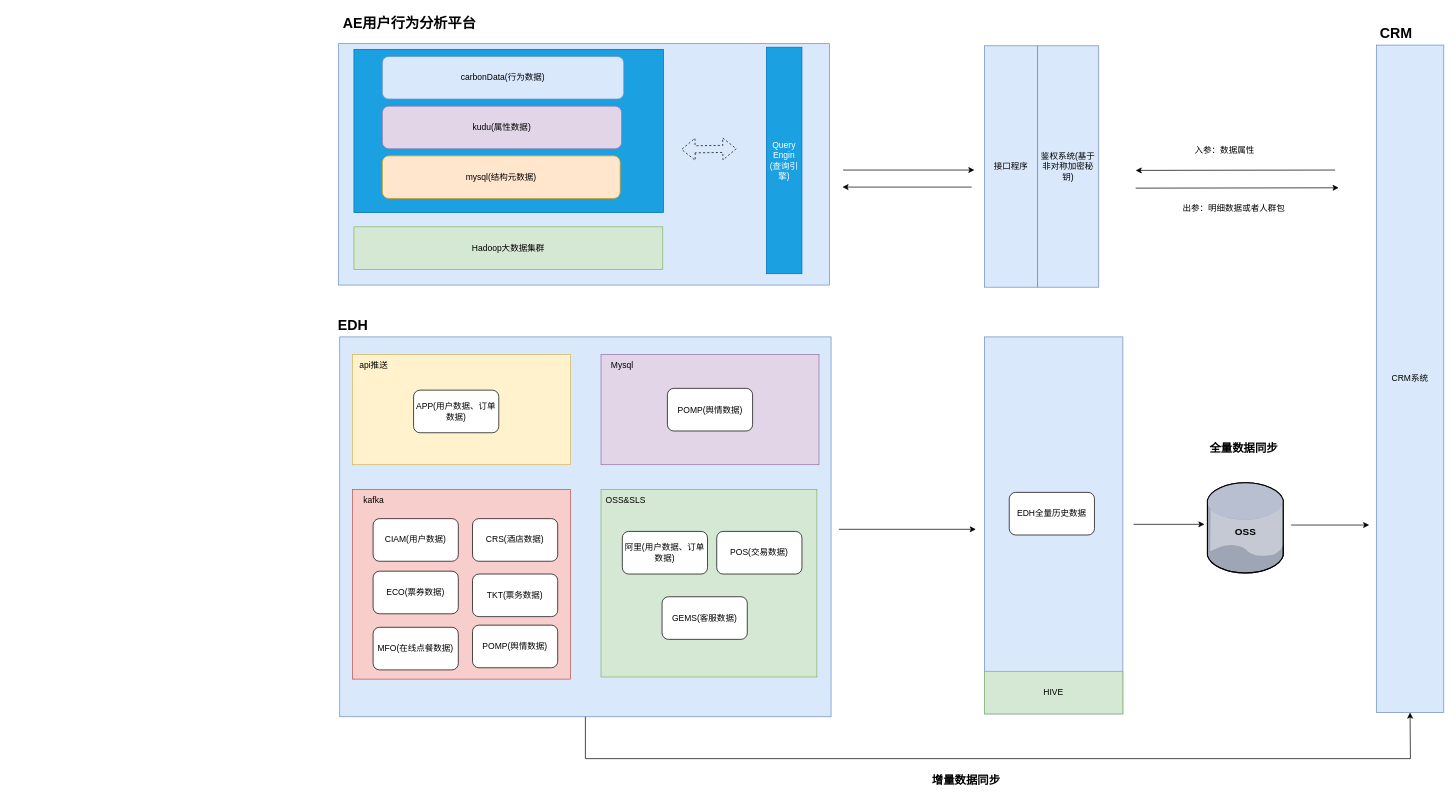
Earlier version of the draw.io diagram UBR_CRM对接架构图.drawio (DThadch/draw). Source tidied: cells renumbered, new cells numbered last; positions are measured from the earlier drawing's top-left corner, leaving out a move shared by most shapes. Both pictures are drawn from the tidied source at 71%, with x=0, y=0 at pixel (332, 12).
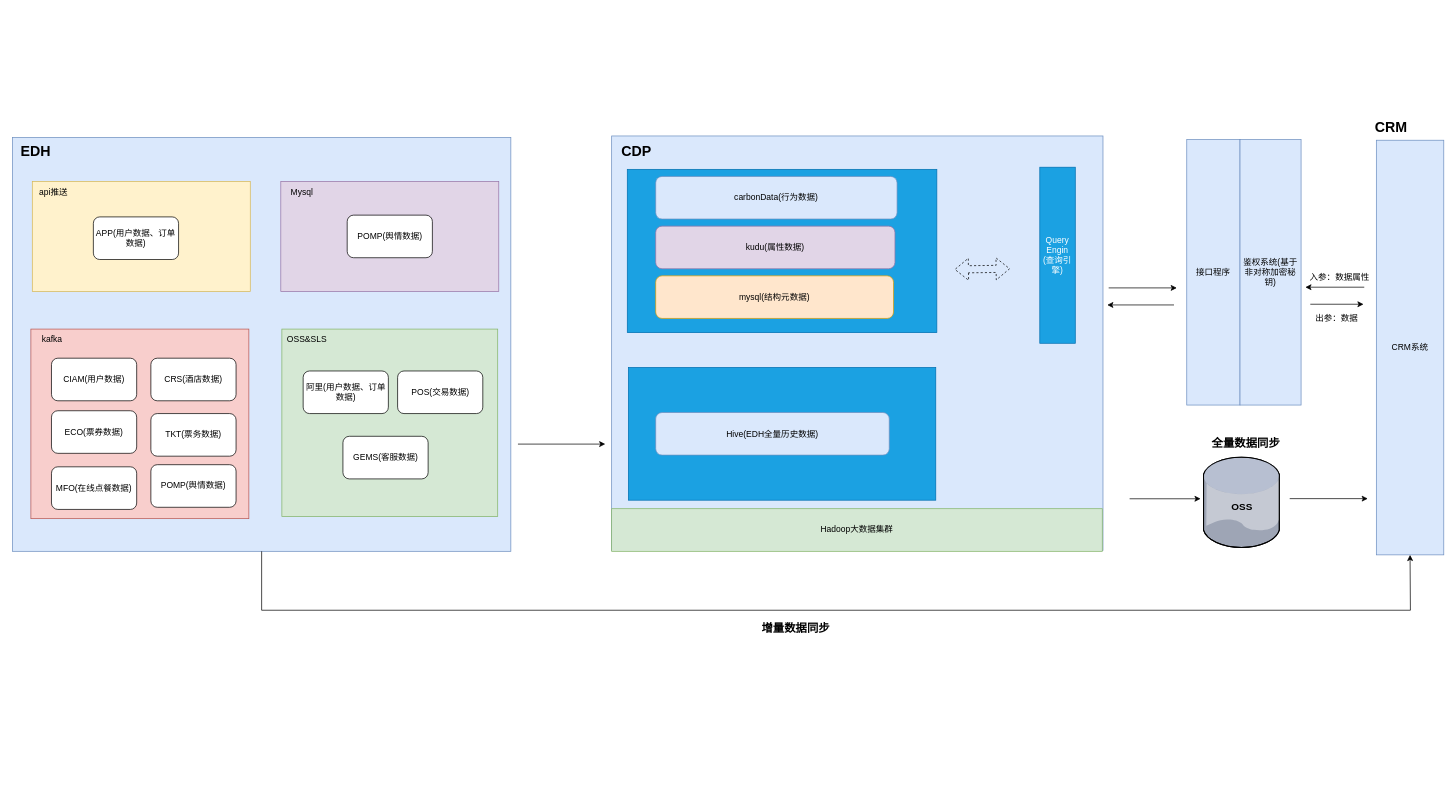
The same diagram, later.

Commit message:
更新UBR_CRM对接架构图.drawio

Diff of the diagram source:
```diff
@@
     <mxCell id="2" style="verticalLabelPosition=bottom;sketch=0;html=1;verticalAlign=top;strokeColor=none;align=center;shape=mxgraph.citrix.database;" parent="1" vertex="1">
-      <mxGeometry x="1233" y="662.5" width="108" height="127" as="geometry" />
+      <mxGeometry x="1227.5" y="626.5" width="108" height="127" as="geometry" />
     </mxCell>
     <mxCell id="3" style="rounded=0;whiteSpace=wrap;html=1;fillColor=#dae8fc;strokeColor=#6c8ebf;" parent="1" vertex="1">
-      <mxGeometry x="11" y="457" width="692" height="535" as="geometry" />
+      <mxGeometry x="-450" y="176" width="702" height="583" as="geometry" />
     </mxCell>
     <mxCell id="4" style="rounded=0;whiteSpace=wrap;html=1;fillColor=#e1d5e7;strokeColor=#9673a6;" parent="1" vertex="1">
-      <mxGeometry x="379" y="482" width="307" height="155" as="geometry" />
+      <mxGeometry x="-72" y="238" width="307" height="155" as="geometry" />
     </mxCell>
     <mxCell id="5" style="rounded=0;whiteSpace=wrap;html=1;fillColor=#d5e8d4;strokeColor=#82b366;" parent="1" vertex="1">
-      <mxGeometry x="379" y="672" width="304" height="264" as="geometry" />
+      <mxGeometry x="-70.5" y="446" width="304" height="264" as="geometry" />
     </mxCell>
     <mxCell id="6" style="rounded=0;whiteSpace=wrap;html=1;fillColor=#f8cecc;strokeColor=#b85450;" parent="1" vertex="1">
-      <mxGeometry x="29" y="672" width="307" height="267" as="geometry" />
+      <mxGeometry x="-424" y="446" width="307" height="267" as="geometry" />
     </mxCell>
     <mxCell id="7" style="rounded=0;whiteSpace=wrap;html=1;fillColor=#dae8fc;strokeColor=#6c8ebf;" parent="1" vertex="1">
-      <mxGeometry x="9" y="44" width="692" height="340" as="geometry" />
+      <mxGeometry x="394" y="174" width="692" height="584" as="geometry" />
     </mxCell>
     <mxCell id="8" style="rounded=0;whiteSpace=wrap;html=1;fillColor=#1ba1e2;fontColor=#ffffff;strokeColor=#006EAF;" parent="1" vertex="1">
-      <mxGeometry x="31" y="52" width="436" height="230" as="geometry" />
+      <mxGeometry x="416" y="221" width="436" height="230" as="geometry" />
     </mxCell>
     <mxCell id="9" value="carbonData(行为数据)" style="rounded=1;whiteSpace=wrap;html=1;fillColor=#dae8fc;strokeColor=#6c8ebf;" parent="1" vertex="1">
-      <mxGeometry x="71" y="62" width="340" height="60" as="geometry" />
+      <mxGeometry x="456" y="231" width="340" height="60" as="geometry" />
     </mxCell>
     <mxCell id="10" value="kudu(属性数据)" style="rounded=1;whiteSpace=wrap;html=1;fillColor=#e1d5e7;strokeColor=#9673a6;" parent="1" vertex="1">
-      <mxGeometry x="71" y="132" width="337" height="60" as="geometry" />
+      <mxGeometry x="456" y="301" width="337" height="60" as="geometry" />
     </mxCell>
     <mxCell id="11" value="mysql(结构元数据)" style="rounded=1;whiteSpace=wrap;html=1;fillColor=#ffe6cc;strokeColor=#d79b00;" parent="1" vertex="1">
-      <mxGeometry x="71" y="202" width="335" height="60" as="geometry" />
+      <mxGeometry x="456" y="371" width="335" height="60" as="geometry" />
     </mxCell>
     <mxCell id="12" value="Query&lt;div&gt;Engin&lt;/div&gt;&lt;div&gt;(查询引擎)&lt;/div&gt;" style="rounded=0;whiteSpace=wrap;html=1;fillColor=#1ba1e2;fontColor=#ffffff;strokeColor=#006EAF;" parent="1" vertex="1">
-      <mxGeometry x="612" y="49" width="50" height="319" as="geometry" />
+      <mxGeometry x="997" y="218" width="50" height="248" as="geometry" />
     </mxCell>
     <mxCell id="13" value="接口程序" style="rounded=0;whiteSpace=wrap;html=1;fillColor=#dae8fc;strokeColor=#6c8ebf;" parent="1" vertex="1">
-      <mxGeometry x="919" y="47" width="75" height="340" as="geometry" />
+      <mxGeometry x="1204" y="179" width="75" height="374" as="geometry" />
     </mxCell>
     <mxCell id="14" value="CRM系统" style="rounded=0;whiteSpace=wrap;html=1;fillColor=#dae8fc;strokeColor=#6c8ebf;" parent="1" vertex="1">
-      <mxGeometry x="1471" y="46" width="95" height="940" as="geometry" />
+      <mxGeometry x="1471" y="180" width="95" height="584" as="geometry" />
     </mxCell>
-    <mxCell id="15" value="&lt;font style=&quot;font-size: 20px;&quot;&gt;AE用户行为分析平台&lt;/font&gt;" style="text;html=1;align=center;verticalAlign=middle;whiteSpace=wrap;rounded=0;fontSize=14;fontStyle=1;" parent="1" vertex="1">
-      <mxGeometry width="219" height="30" as="geometry" />
-    </mxCell>
     <mxCell id="16" value="入参：数据属性" style="text;html=1;align=center;verticalAlign=middle;whiteSpace=wrap;rounded=0;" parent="1" vertex="1">
-      <mxGeometry x="1165" y="174" width="185" height="40" as="geometry" />
+      <mxGeometry x="1334" y="354" width="171" height="40" as="geometry" />
     </mxCell>
-    <mxCell id="17" value="出参：明细数据或者人群包" style="text;html=1;align=center;verticalAlign=middle;whiteSpace=wrap;rounded=0;" parent="1" vertex="1">
-      <mxGeometry x="1165" y="256" width="211" height="40" as="geometry" />
+    <mxCell id="17" value="出参：数据" style="text;html=1;align=center;verticalAlign=middle;whiteSpace=wrap;rounded=0;" parent="1" vertex="1">
+      <mxGeometry x="1338" y="411" width="155" height="40" as="geometry" />
     </mxCell>
     <mxCell id="18" value="Hadoop大数据集群" style="rounded=0;whiteSpace=wrap;html=1;fillColor=#d5e8d4;strokeColor=#82b366;" parent="1" vertex="1">
-      <mxGeometry x="31" y="302" width="435" height="60" as="geometry" />
+      <mxGeometry x="394" y="699" width="691" height="60" as="geometry" />
     </mxCell>
     <mxCell id="19" value="鉴权系统(基于非对称加密秘钥)" style="rounded=0;whiteSpace=wrap;html=1;fillColor=#dae8fc;strokeColor=#6c8ebf;" parent="1" vertex="1">
-      <mxGeometry x="994" y="47" width="86" height="340" as="geometry" />
+      <mxGeometry x="1279" y="179" width="86" height="374" as="geometry" />
     </mxCell>
     <mxCell id="20" style="endArrow=classic;html=1;rounded=0;" parent="1" edge="1">
       <mxGeometry relative="1" as="geometry">
-        <mxPoint x="1413" y="222" as="sourcePoint" />
-        <mxPoint x="1132" y="222.5" as="targetPoint" />
+        <mxPoint x="1454" y="387" as="sourcePoint" />
+        <mxPoint x="1371" y="387" as="targetPoint" />
       </mxGeometry>
     </mxCell>
     <mxCell id="21" style="endArrow=classic;html=1;rounded=0;" parent="1" edge="1">
       <mxGeometry relative="1" as="geometry">
-        <mxPoint x="1132" y="247.5" as="sourcePoint" />
-        <mxPoint x="1418" y="247" as="targetPoint" />
+        <mxPoint x="1378" y="411" as="sourcePoint" />
+        <mxPoint x="1453" y="411" as="targetPoint" />
       </mxGeometry>
     </mxCell>
     <mxCell id="22" style="rounded=0;whiteSpace=wrap;html=1;fillColor=#fff2cc;strokeColor=#d6b656;" parent="1" vertex="1">
-      <mxGeometry x="29" y="482" width="307" height="155" as="geometry" />
+      <mxGeometry x="-422" y="238" width="307" height="155" as="geometry" />
     </mxCell>
     <mxCell id="23" value="ECO(票券数据)" style="rounded=1;whiteSpace=wrap;html=1;" parent="1" vertex="1">
-      <mxGeometry x="58" y="787" width="120" height="60" as="geometry" />
+      <mxGeometry x="-395" y="561" width="120" height="60" as="geometry" />
     </mxCell>
     <mxCell id="24" value="CRS(酒店数据)" style="rounded=1;whiteSpace=wrap;html=1;" parent="1" vertex="1">
-      <mxGeometry x="198" y="713" width="120" height="60" as="geometry" />
+      <mxGeometry x="-255" y="487" width="120" height="60" as="geometry" />
     </mxCell>
     <mxCell id="25" value="TKT(票务数据)" style="rounded=1;whiteSpace=wrap;html=1;" parent="1" vertex="1">
-      <mxGeometry x="198" y="791" width="120" height="60" as="geometry" />
+      <mxGeometry x="-255" y="565" width="120" height="60" as="geometry" />
     </mxCell>
     <mxCell id="26" value="CIAM(用户数据)" style="rounded=1;whiteSpace=wrap;html=1;" parent="1" vertex="1">
-      <mxGeometry x="58" y="713" width="120" height="60" as="geometry" />
+      <mxGeometry x="-395" y="487" width="120" height="60" as="geometry" />
     </mxCell>
     <mxCell id="27" value="MFO(在线点餐数据)" style="rounded=1;whiteSpace=wrap;html=1;" parent="1" vertex="1">
-      <mxGeometry x="58" y="866" width="120" height="60" as="geometry" />
+      <mxGeometry x="-395" y="640" width="120" height="60" as="geometry" />
     </mxCell>
     <mxCell id="28" value="POMP(舆情数据)" style="rounded=1;whiteSpace=wrap;html=1;" parent="1" vertex="1">
-      <mxGeometry x="472.5" y="529.5" width="120" height="60" as="geometry" />
+      <mxGeometry x="21.5" y="285.5" width="120" height="60" as="geometry" />
     </mxCell>
     <mxCell id="29" value="GEMS(客服数据)" style="rounded=1;whiteSpace=wrap;html=1;" parent="1" vertex="1">
-      <mxGeometry x="465" y="823" width="120" height="60" as="geometry" />
+      <mxGeometry x="15.5" y="597" width="120" height="60" as="geometry" />
     </mxCell>
     <mxCell id="30" value="阿里(用户数据、订单数据)" style="rounded=1;whiteSpace=wrap;html=1;" parent="1" vertex="1">
-      <mxGeometry x="409" y="731" width="120" height="60" as="geometry" />
+      <mxGeometry x="-40.5" y="505" width="120" height="60" as="geometry" />
     </mxCell>
     <mxCell id="31" value="APP(用户数据、订单数据)" style="rounded=1;whiteSpace=wrap;html=1;" parent="1" vertex="1">
-      <mxGeometry x="115" y="532" width="120" height="60" as="geometry" />
+      <mxGeometry x="-336" y="288" width="120" height="60" as="geometry" />
     </mxCell>
     <mxCell id="32" value="POS(交易数据)" style="rounded=1;whiteSpace=wrap;html=1;" parent="1" vertex="1">
-      <mxGeometry x="542" y="731" width="120" height="60" as="geometry" />
+      <mxGeometry x="92.5" y="505" width="120" height="60" as="geometry" />
     </mxCell>
     <mxCell id="33" value="&lt;b&gt;&lt;font style=&quot;font-size: 20px;&quot;&gt;EDH&lt;/font&gt;&lt;/b&gt;" style="text;html=1;align=center;verticalAlign=middle;whiteSpace=wrap;rounded=0;" parent="1" vertex="1">
-      <mxGeometry y="425" width="60" height="30" as="geometry" />
+      <mxGeometry x="-447" y="180" width="60" height="30" as="geometry" />
     </mxCell>
     <mxCell id="34" value="POMP(舆情数据)" style="rounded=1;whiteSpace=wrap;html=1;" parent="1" vertex="1">
-      <mxGeometry x="198" y="863" width="120" height="60" as="geometry" />
+      <mxGeometry x="-255" y="637" width="120" height="60" as="geometry" />
     </mxCell>
     <mxCell id="35" value="Mysql" style="text;html=1;align=center;verticalAlign=middle;whiteSpace=wrap;rounded=0;" parent="1" vertex="1">
-      <mxGeometry x="379" y="482" width="60" height="30" as="geometry" />
+      <mxGeometry x="-72" y="238" width="60" height="30" as="geometry" />
     </mxCell>
     <mxCell id="36" value="kafka" style="text;html=1;align=center;verticalAlign=middle;whiteSpace=wrap;rounded=0;" parent="1" vertex="1">
-      <mxGeometry x="29" y="672" width="60" height="30" as="geometry" />
+      <mxGeometry x="-424" y="446" width="60" height="30" as="geometry" />
     </mxCell>
     <mxCell id="37" value="OSS&amp;amp;SLS" style="text;html=1;align=center;verticalAlign=middle;whiteSpace=wrap;rounded=0;" parent="1" vertex="1">
-      <mxGeometry x="379" y="672" width="70" height="30" as="geometry" />
+      <mxGeometry x="-70.5" y="446" width="70" height="30" as="geometry" />
     </mxCell>
-    <mxCell id="38" style="rounded=0;whiteSpace=wrap;html=1;fillColor=#dae8fc;strokeColor=#6c8ebf;" parent="1" vertex="1">
-      <mxGeometry x="919" y="457" width="195" height="531" as="geometry" />
-    </mxCell>
     <mxCell id="39" value="OSS" style="text;html=1;align=center;verticalAlign=middle;whiteSpace=wrap;rounded=0;fontSize=14;fontStyle=1;" parent="1" vertex="1">
-      <mxGeometry x="1257" y="717" width="60" height="30" as="geometry" />
+      <mxGeometry x="1251.5" y="681" width="60" height="30" as="geometry" />
     </mxCell>
     <mxCell id="40" value="api推送" style="text;html=1;align=center;verticalAlign=middle;whiteSpace=wrap;rounded=0;" parent="1" vertex="1">
-      <mxGeometry x="29" y="482" width="60" height="30" as="geometry" />
+      <mxGeometry x="-422" y="238" width="60" height="30" as="geometry" />
     </mxCell>
-    <mxCell id="41" value="HIVE" style="rounded=0;whiteSpace=wrap;html=1;fillColor=#d5e8d4;strokeColor=#82b366;" parent="1" vertex="1">
-      <mxGeometry x="919" y="928" width="195" height="60" as="geometry" />
-    </mxCell>
-    <mxCell id="42" value="EDH全量历史数据" style="rounded=1;whiteSpace=wrap;html=1;" parent="1" vertex="1">
-      <mxGeometry x="954" y="676" width="120" height="60" as="geometry" />
-    </mxCell>
     <mxCell id="43" style="endArrow=classic;html=1;rounded=0;" parent="1" edge="1">
       <mxGeometry relative="1" as="geometry">
-        <mxPoint x="1129" y="721" as="sourcePoint" />
-        <mxPoint x="1229" y="721" as="targetPoint" />
+        <mxPoint x="1123.5" y="685" as="sourcePoint" />
+        <mxPoint x="1223.5" y="685" as="targetPoint" />
       </mxGeometry>
     </mxCell>
     <mxCell id="44" style="endArrow=classic;startArrow=classic;html=1;rounded=0;dashed=1;shape=flexArrow;entryX=0;entryY=0.531;entryDx=0;entryDy=0;entryPerimeter=0;exitX=1.01;exitY=0.533;exitDx=0;exitDy=0;exitPerimeter=0;" parent="1" edge="1">
       <mxGeometry relative="1" as="geometry">
-        <mxPoint x="492" y="193" as="sourcePoint" />
-        <mxPoint x="570" y="192" as="targetPoint" />
+        <mxPoint x="877" y="362" as="sourcePoint" />
+        <mxPoint x="955" y="361" as="targetPoint" />
       </mxGeometry>
     </mxCell>
     <mxCell id="45" style="endArrow=classic;html=1;rounded=0;" parent="1" edge="1">
       <mxGeometry relative="1" as="geometry">
-        <mxPoint x="1351" y="722" as="sourcePoint" />
-        <mxPoint x="1461" y="722" as="targetPoint" />
+        <mxPoint x="1349" y="684.8" as="sourcePoint" />
+        <mxPoint x="1459" y="684.8" as="targetPoint" />
       </mxGeometry>
     </mxCell>
     <mxCell id="46" style="endArrow=classic;html=1;rounded=0;" parent="1" edge="1">
       <mxGeometry relative="1" as="geometry">
-        <mxPoint x="714" y="728" as="sourcePoint" />
-        <mxPoint x="907" y="728" as="targetPoint" />
+        <mxPoint x="262" y="608" as="sourcePoint" />
+        <mxPoint x="385" y="608" as="targetPoint" />
       </mxGeometry>
     </mxCell>
     <mxCell id="47" value="&lt;font style=&quot;font-size: 16px;&quot;&gt;&lt;b&gt;全量数据同步&lt;/b&gt;&lt;/font&gt;" style="text;html=1;align=center;verticalAlign=middle;whiteSpace=wrap;rounded=0;" parent="1" vertex="1">
-      <mxGeometry x="1212" y="598" width="145" height="30" as="geometry" />
+      <mxGeometry x="1214.5" y="591" width="145" height="30" as="geometry" />
     </mxCell>
     <mxCell id="48" style="endArrow=classic;html=1;rounded=0;exitX=0.5;exitY=1;exitDx=0;exitDy=0;entryX=0.5;entryY=1;entryDx=0;entryDy=0;" parent="1" edge="1" source="3" target="14">
       <mxGeometry relative="1" as="geometry">
         <Array as="points">
-          <mxPoint x="357" y="1051" />
-          <mxPoint x="1519" y="1051" />
+          <mxPoint x="-99" y="842" />
+          <mxPoint x="1519" y="842" />
         </Array>
       </mxGeometry>
     </mxCell>
     <mxCell id="49" value="&lt;font style=&quot;font-size: 16px;&quot;&gt;&lt;b&gt;增量数据同步&lt;/b&gt;&lt;/font&gt;" style="text;html=1;align=center;verticalAlign=middle;whiteSpace=wrap;rounded=0;" parent="1" vertex="1">
-      <mxGeometry x="799" y="1066" width="189" height="30" as="geometry" />
+      <mxGeometry x="559" y="852" width="189" height="30" as="geometry" />
     </mxCell>
+    <mxCell id="53" style="rounded=0;whiteSpace=wrap;html=1;fillColor=#1ba1e2;strokeColor=#006EAF;fontColor=#ffffff;" parent="1" vertex="1">
+      <mxGeometry x="417.5" y="500" width="433" height="187" as="geometry" />
+    </mxCell>
     <mxCell id="50" value="&lt;font style=&quot;font-size: 20px;&quot;&gt;&lt;b&gt;CRM&lt;/b&gt;&lt;/font&gt;" style="text;html=1;align=center;verticalAlign=middle;whiteSpace=wrap;rounded=0;" parent="1" vertex="1">
-      <mxGeometry x="1469" y="14" width="60" height="30" as="geometry" />
+      <mxGeometry x="1462" y="146" width="60" height="30" as="geometry" />
     </mxCell>
     <mxCell id="51" style="endArrow=classic;html=1;rounded=0;" parent="1" edge="1">
       <mxGeometry relative="1" as="geometry">
-        <mxPoint x="720" y="222" as="sourcePoint" />
-        <mxPoint x="905" y="222" as="targetPoint" />
+        <mxPoint x="1094" y="388" as="sourcePoint" />
+        <mxPoint x="1190" y="388" as="targetPoint" />
       </mxGeometry>
     </mxCell>
     <mxCell id="52" style="endArrow=classic;html=1;rounded=0;" parent="1" edge="1">
       <mxGeometry relative="1" as="geometry">
-        <mxPoint x="901" y="246" as="sourcePoint" />
-        <mxPoint x="719" y="246" as="targetPoint" />
+        <mxPoint x="1186" y="412" as="sourcePoint" />
+        <mxPoint x="1092" y="412" as="targetPoint" />
       </mxGeometry>
     </mxCell>
+    <mxCell id="54" value="Hive(EDH全量历史数据)" style="rounded=1;whiteSpace=wrap;html=1;fillColor=#dae8fc;strokeColor=#6c8ebf;" parent="1" vertex="1">
+      <mxGeometry x="456" y="563.5" width="329" height="60" as="geometry" />
+    </mxCell>
+    <mxCell id="55" value="&lt;b&gt;&lt;font style=&quot;font-size: 20px;&quot;&gt;CDP&lt;/font&gt;&lt;/b&gt;" style="text;html=1;align=center;verticalAlign=middle;whiteSpace=wrap;rounded=0;" parent="1" vertex="1">
+      <mxGeometry x="399" y="180" width="60" height="30" as="geometry" />
+    </mxCell>
```
